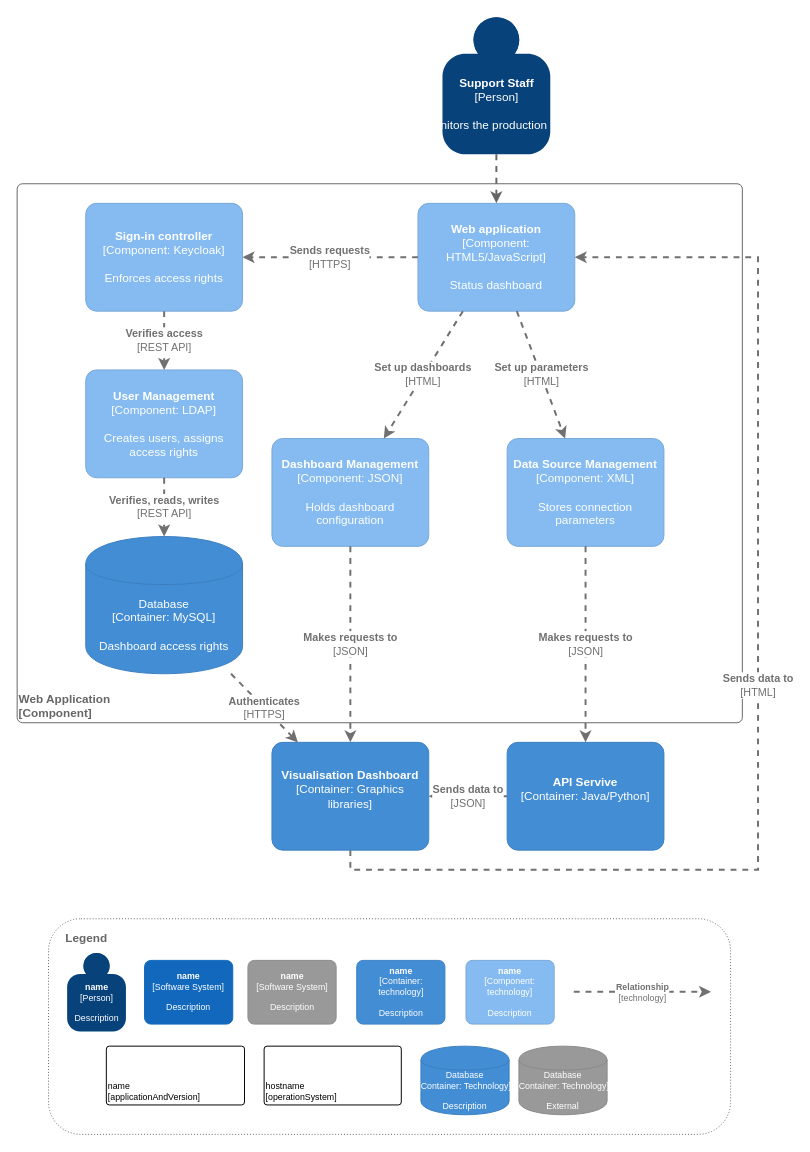
This is page "C4 Component" (3 of 4) of sources/c4-绩效系统.drawio from vdorchan/diagrams, a draw.io file, before an edit. Source tidied: cells renumbered, new cells numbered last; positions are measured from the earlier drawing's top-left corner, leaving out a move shared by most shapes. Both pictures are drawn from the tidied source at 98%, with x=0, y=0 at pixel (17, 17).
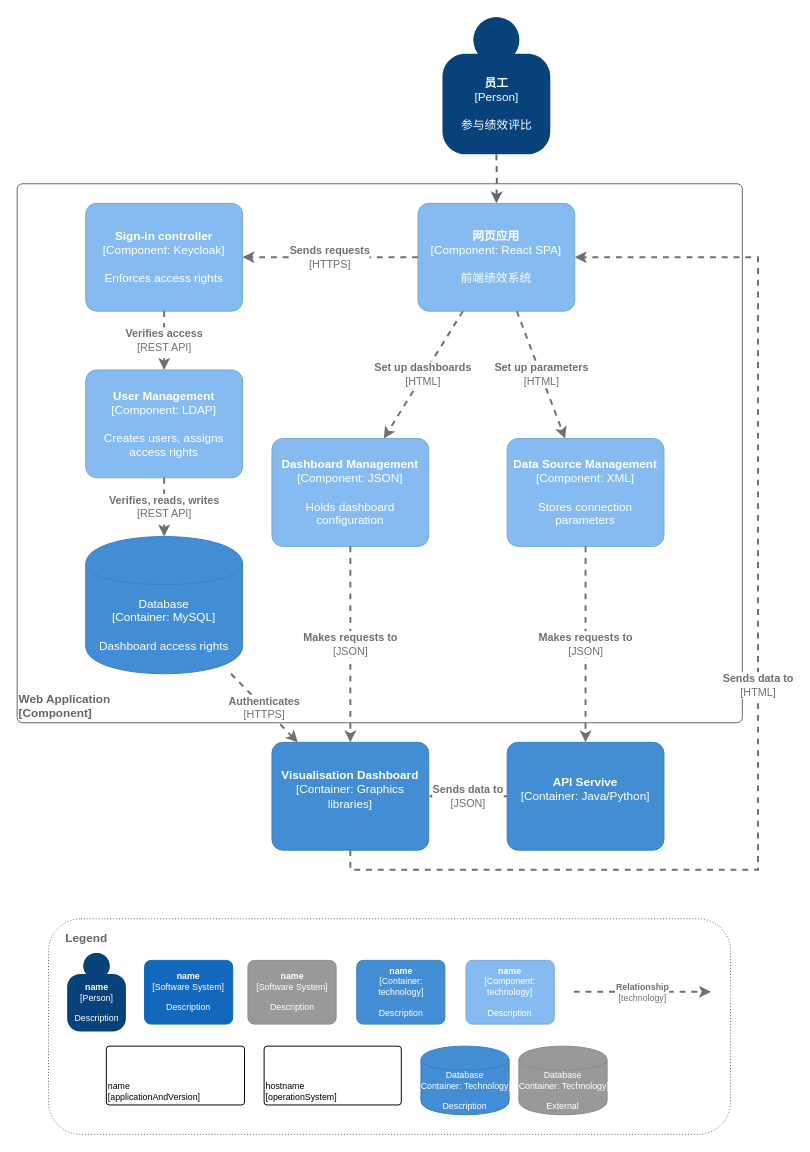
Above is the later version.

Diff of the diagram source:
```diff
@@
+    <object id="4" label="&lt;b&gt;%c4Name%&lt;/b&gt;&lt;div&gt;[%c4Type%]&lt;/div&gt;&lt;br&gt;&lt;div&gt;%c4Description%&lt;/div&gt;" c4Description="参与绩效评比" c4Name="员工" c4Type="Person" placeholders="1">
+      <mxCell style="html=1;dashed=0;whitespace=wrap;fillColor=#08427b;strokeColor=none;fontColor=#ffffff;shape=mxgraph.c4.person;align=center;points=[[0.5,0,0],[1,0.5,0],[1,0.75,0],[0.75,1,0],[0.5,1,0],[0.25,1,0],[0,0.75,0],[0,0.5,0]];metaData={&quot;c4Type&quot;:{&quot;editable&quot;:false}};" parent="1" vertex="1">
+        <mxGeometry x="434" width="110" height="140" as="geometry" />
+      </mxCell>
+    </object>
@@
-    <mxCell id="3" style="edgeStyle=orthogonalEdgeStyle;rounded=0;jettySize=auto;html=1;dashed=1;strokeColor=#666666;strokeWidth=2;fillColor=#f5f5f5;" parent="1" edge="1" source="4" target="19">
-      <mxGeometry relative="1" as="geometry" />
+    <mxCell id="3" style="edgeStyle=orthogonalEdgeStyle;rounded=0;jettySize=auto;html=1;dashed=1;strokeColor=#666666;strokeWidth=2;fillColor=#f5f5f5;" parent="1" edge="1" target="19">
+      <mxGeometry relative="1" as="geometry">
+        <mxPoint x="489" y="140" as="sourcePoint" />
+      </mxGeometry>
     </mxCell>
-    <object id="4" label="&lt;b&gt;%c4Name%&lt;/b&gt;&lt;div&gt;[%c4Type%]&lt;/div&gt;&lt;br&gt;&lt;div&gt;%c4Description%&lt;/div&gt;" c4Description="Monitors the production line" c4Name="Support Staff" c4Type="Person" placeholders="1">
-      <mxCell style="html=1;dashed=0;whitespace=wrap;fillColor=#08427b;strokeColor=none;fontColor=#ffffff;shape=mxgraph.c4.person;align=center;points=[[0.5,0,0],[1,0.5,0],[1,0.75,0],[0.75,1,0],[0.5,1,0],[0.25,1,0],[0,0.75,0],[0,0.5,0]];metaData={&quot;c4Type&quot;:{&quot;editable&quot;:false}};" parent="1" vertex="1">
-        <mxGeometry x="434" width="110" height="140" as="geometry" />
-      </mxCell>
-    </object>
@@
-    <object id="19" label="&lt;b&gt;%c4Name%&lt;/b&gt;&lt;div&gt;[%c4Type%: %c4Technology%]&lt;/div&gt;&lt;br&gt;&lt;div&gt;%c4Description%&lt;/div&gt;" c4Description="Status dashboard" c4Name="Web application" c4Technology="HTML5/JavaScript" c4Type="Component" placeholders="1">
+    <object id="19" label="&lt;b&gt;%c4Name%&lt;/b&gt;&lt;div&gt;[%c4Type%: %c4Technology%]&lt;/div&gt;&lt;br&gt;&lt;div&gt;%c4Description%&lt;/div&gt;" c4Description="前端绩效系统" c4Name="网页应用" c4Technology="React SPA" c4Type="Component" placeholders="1">
       <mxCell style="rounded=1;whiteSpace=wrap;html=1;labelBackgroundColor=none;fillColor=#85BBF0;fontColor=#ffffff;align=center;arcSize=10;strokeColor=#78A8D8;metaData={&quot;c4Type&quot;:{&quot;editable&quot;:false}};points=[[0.25,0,0],[0.5,0,0],[0.75,0,0],[1,0.25,0],[1,0.5,0],[1,0.75,0],[0.75,1,0],[0.5,1,0],[0.25,1,0],[0,0.75,0],[0,0.5,0],[0,0.25,0]];" parent="1" vertex="1">
         <mxGeometry x="409" y="190" width="160" height="110" as="geometry" />
       </mxCell>
     </object>
```
